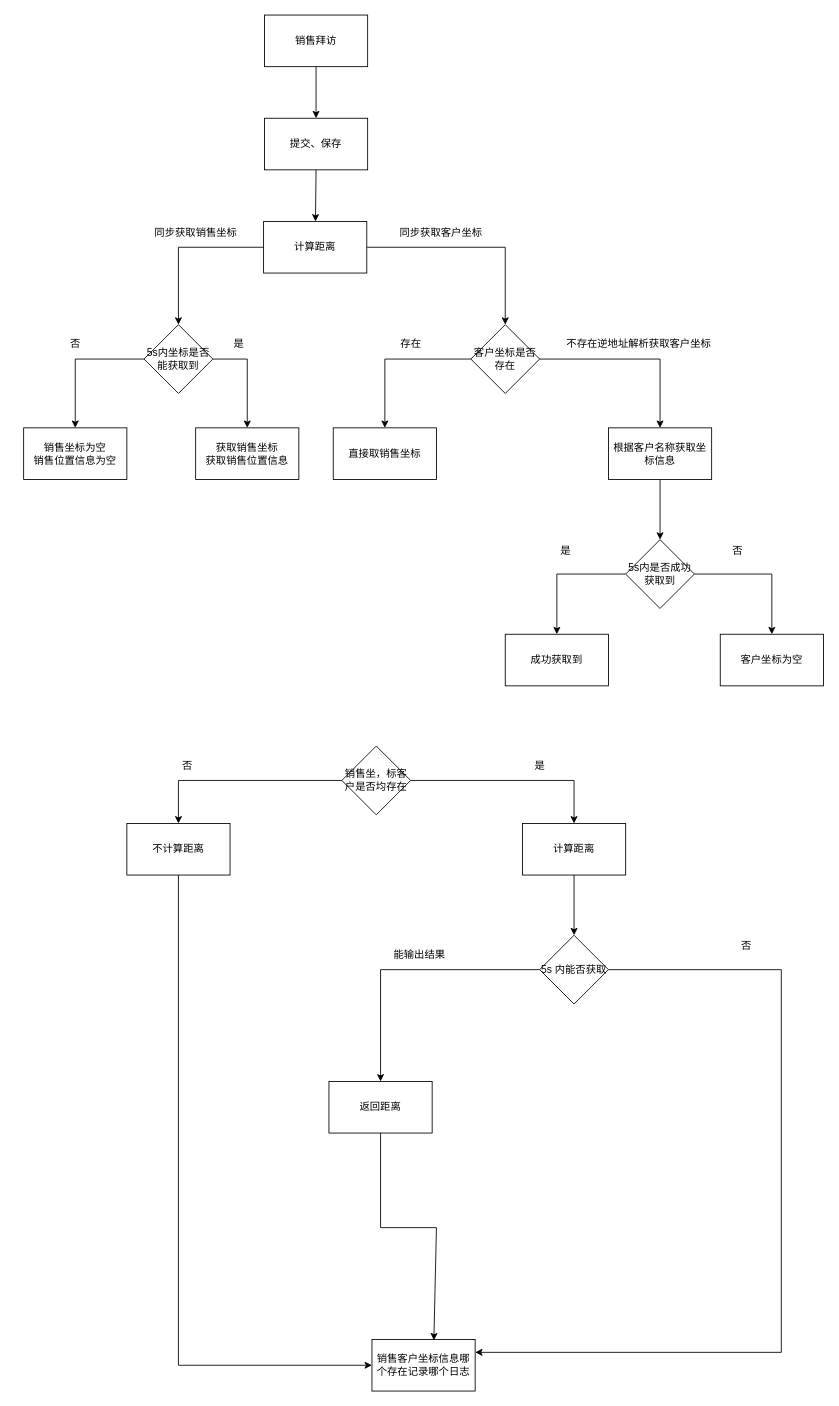
The draw.io diagram 111/销售拜访提交.drawio in xiaoyanghao/xiaoyanghao.github.io, before the edit. Source tidied: cells renumbered, new cells numbered last; positions are measured from the earlier drawing's top-left corner, leaving out a move shared by most shapes. Both pictures are drawn from the tidied source at 86%, with x=0, y=0 at pixel (23, 15).
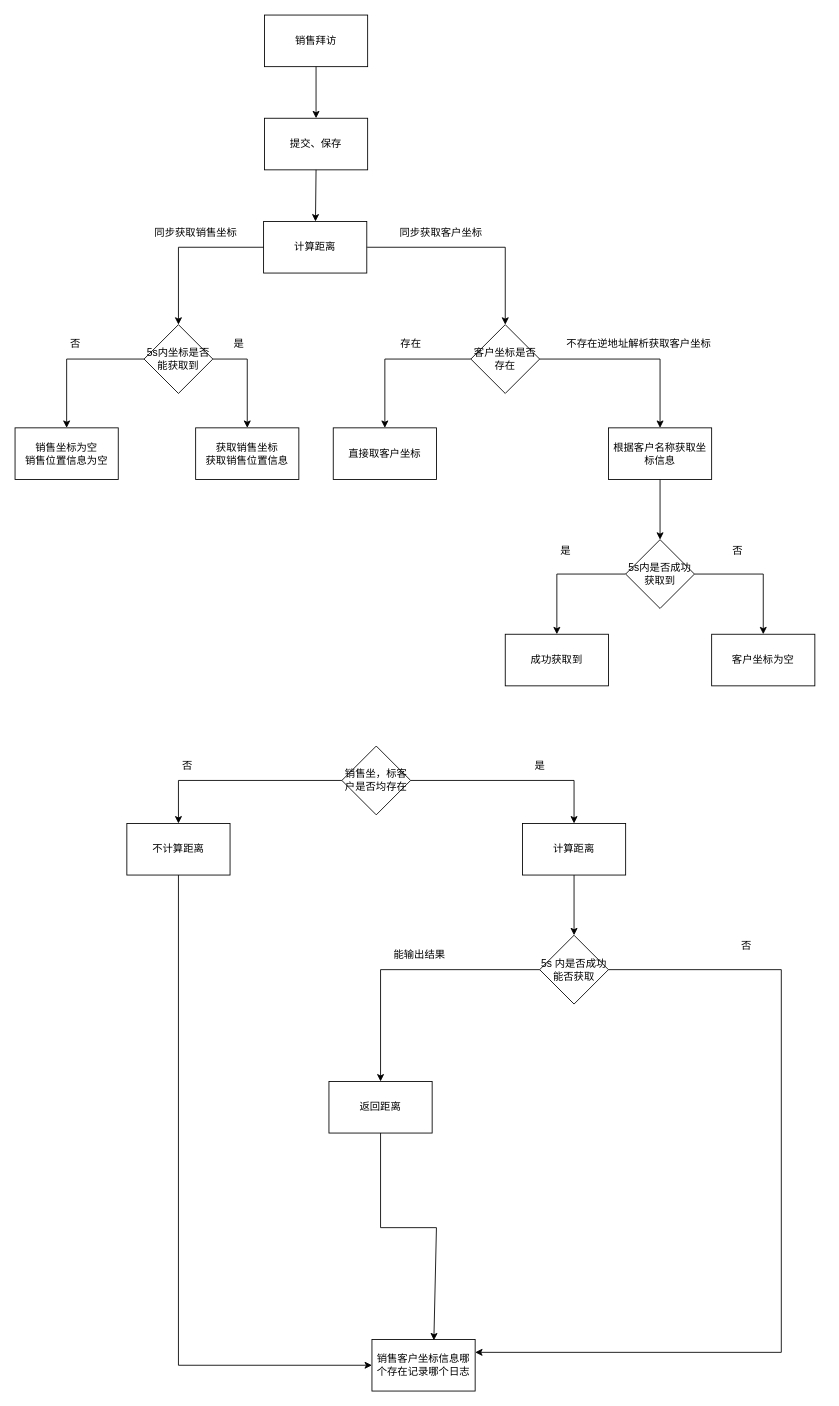
Above is the later version.

Commit message (it also covers changes not shown here):
更新销售拜访提交.drawio

Change to the diagram source:
```diff
@@
-    <mxCell id="15" value="直接取销售坐标" style="whiteSpace=wrap;html=1;" parent="1" vertex="1">
+    <mxCell id="15" value="直接取客户坐标" style="whiteSpace=wrap;html=1;" parent="1" vertex="1">
       <mxGeometry x="360" y="480" width="120" height="60" as="geometry" />
     </mxCell>
@@
     <mxCell id="22" value="销售坐标为空&lt;br&gt;销售位置信息为空" style="whiteSpace=wrap;html=1;rounded=0;" parent="1" vertex="1">
-      <mxGeometry y="480" width="120" height="60" as="geometry" />
+      <mxGeometry x="-10" y="480" width="120" height="60" as="geometry" />
     </mxCell>
@@
     <mxCell id="31" value="客户坐标为空" style="whiteSpace=wrap;html=1;" parent="1" vertex="1">
-      <mxGeometry x="810" y="720" width="120" height="60" as="geometry" />
+      <mxGeometry x="800" y="720" width="120" height="60" as="geometry" />
     </mxCell>
@@
-    <mxCell id="44" value="5s 内能否获取" style="rhombus;whiteSpace=wrap;html=1;" parent="1" vertex="1">
+    <mxCell id="44" value="5s 内是否成功能否获取" style="rhombus;whiteSpace=wrap;html=1;" parent="1" vertex="1">
       <mxGeometry x="600" y="1070" width="80" height="80" as="geometry" />
     </mxCell>
```
